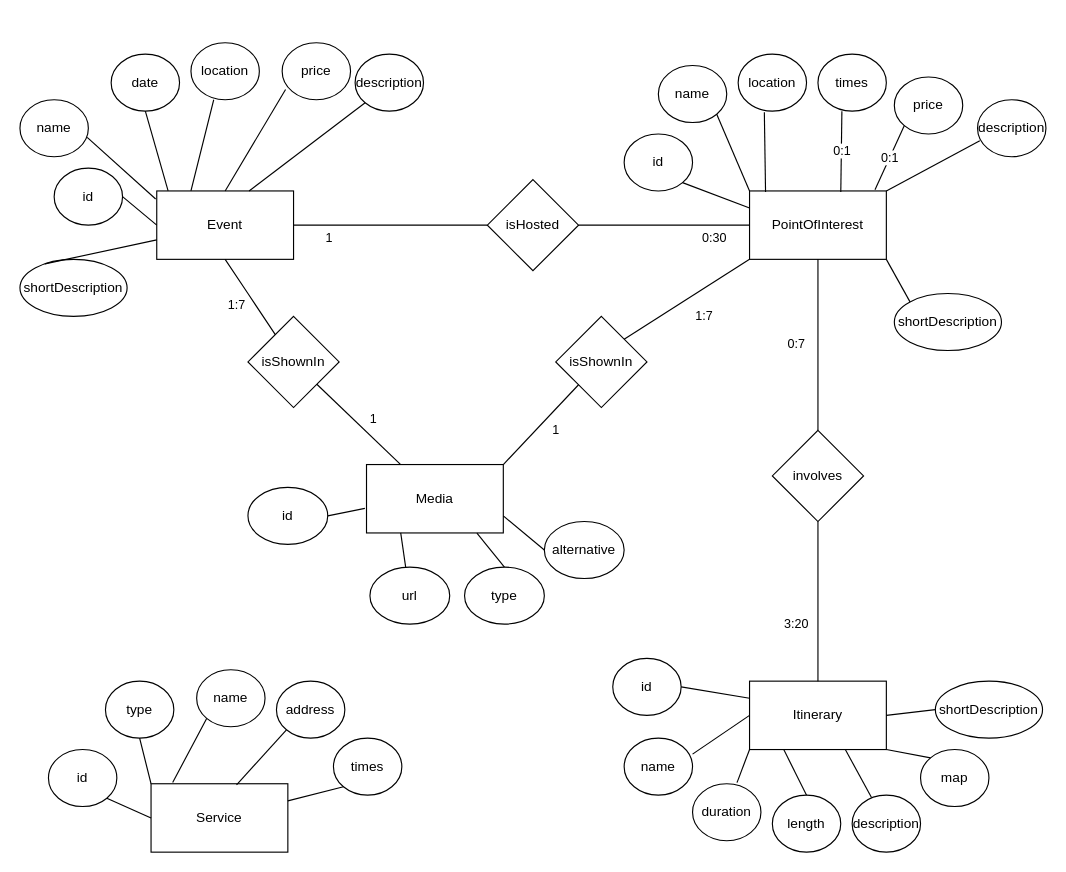
Before: Design-part/drawio/ERHYPDesign.drawio in SebastianCastellano/Hypermedia-Project, a draw.io diagram. Source tidied: cells renumbered, new cells numbered last; positions are measured from the earlier drawing's top-left corner, leaving out a move shared by most shapes. Both pictures are drawn from the tidied source at 114%, with x=0, y=0 at pixel (19, 42).
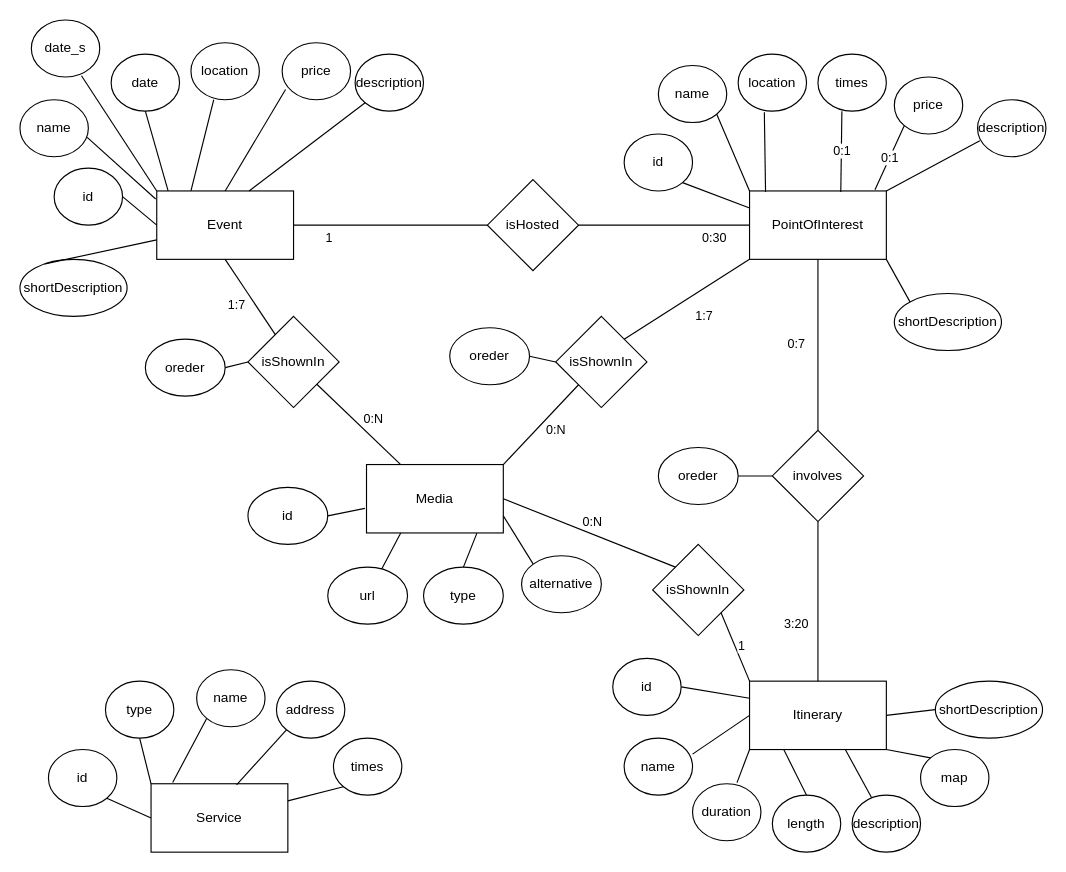
Above is the later version.

The change refers to these unchanged cells:
```xml
<mxCell id="2" value="Event" style="rounded=0;whiteSpace=wrap;html=1;" parent="1" vertex="1">
  <mxGeometry x="120" y="130" width="120" height="60" as="geometry" />
</mxCell>
<mxCell id="4" value="Itinerary" style="rounded=0;whiteSpace=wrap;html=1;" parent="1" vertex="1">
  <mxGeometry x="640" y="560" width="120" height="60" as="geometry" />
</mxCell>
<mxCell id="16" value="involves" style="rhombus;whiteSpace=wrap;html=1;" parent="1" vertex="1">
  <mxGeometry x="660" y="340" width="80" height="80" as="geometry" />
</mxCell>
<mxCell id="68" value="Media" style="rounded=0;whiteSpace=wrap;html=1;" parent="1" vertex="1">
  <mxGeometry x="304" y="370" width="120" height="60" as="geometry" />
</mxCell>
<mxCell id="77" value="isShownIn" style="rhombus;whiteSpace=wrap;html=1;" parent="1" vertex="1">
  <mxGeometry x="200" y="240" width="80" height="80" as="geometry" />
</mxCell>
<mxCell id="78" value="isShownIn" style="rhombus;whiteSpace=wrap;html=1;" parent="1" vertex="1">
  <mxGeometry x="470" y="240" width="80" height="80" as="geometry" />
</mxCell>
```

The edit, as a diff of the source:
```diff
@@
     <mxCell id="70" value="url" style="ellipse;whiteSpace=wrap;html=1;" parent="1" vertex="1">
-      <mxGeometry x="307" y="460" width="70" height="50" as="geometry" />
+      <mxGeometry x="270" y="460" width="70" height="50" as="geometry" />
     </mxCell>
     <mxCell id="71" value="type" style="ellipse;whiteSpace=wrap;html=1;" parent="1" vertex="1">
-      <mxGeometry x="390" y="460" width="70" height="50" as="geometry" />
+      <mxGeometry x="354" y="460" width="70" height="50" as="geometry" />
     </mxCell>
     <mxCell id="72" value="alternative" style="ellipse;whiteSpace=wrap;html=1;" parent="1" vertex="1">
-      <mxGeometry x="460" y="420" width="70" height="50" as="geometry" />
+      <mxGeometry x="440" y="450" width="70" height="50" as="geometry" />
     </mxCell>
-    <mxCell id="73" style="endArrow=none;html=1;rounded=0;exitX=1;exitY=0.75;exitDx=0;exitDy=0;entryX=0;entryY=0.5;entryDx=0;entryDy=0;" parent="1" edge="1" source="68" target="72">
+    <mxCell id="73" style="endArrow=none;html=1;rounded=0;exitX=1;exitY=0.75;exitDx=0;exitDy=0;entryX=0;entryY=0;entryDx=0;entryDy=0;" parent="1" edge="1" source="68" target="72">
       <mxGeometry relative="1" as="geometry" />
     </mxCell>
@@
-    <mxCell id="80" value="1" style="endArrow=none;html=1;rounded=0;entryX=0.25;entryY=0;entryDx=0;entryDy=0;" parent="1" edge="1" source="77" target="68">
+    <mxCell id="80" value="0:N" style="endArrow=none;html=1;rounded=0;entryX=0.25;entryY=0;entryDx=0;entryDy=0;" parent="1" edge="1" source="77" target="68">
       <mxGeometry x="0.12" y="12" relative="1" as="geometry" />
     </mxCell>
-    <mxCell id="81" value="1" style="endArrow=none;html=1;rounded=0;entryX=0;entryY=1;entryDx=0;entryDy=0;exitX=1;exitY=0;exitDx=0;exitDy=0;" parent="1" edge="1" source="68" target="78">
+    <mxCell id="81" value="0:N" style="endArrow=none;html=1;rounded=0;entryX=0;entryY=1;entryDx=0;entryDy=0;exitX=1;exitY=0;exitDx=0;exitDy=0;" parent="1" edge="1" source="68" target="78">
       <mxGeometry x="0.11" y="-13" relative="1" as="geometry" />
     </mxCell>
@@
+    <mxCell id="83" value="date_s" style="ellipse;whiteSpace=wrap;html=1;" parent="1" vertex="1">
+      <mxGeometry x="10" y="-20" width="60" height="50" as="geometry" />
+    </mxCell>
+    <mxCell id="84" style="endArrow=none;html=1;rounded=0;exitX=0;exitY=0;exitDx=0;exitDy=0;entryX=0.733;entryY=0.98;entryDx=0;entryDy=0;entryPerimeter=0;" parent="1" edge="1" source="2" target="83">
+      <mxGeometry relative="1" as="geometry" />
+    </mxCell>
+    <mxCell id="85" value="oreder" style="ellipse;whiteSpace=wrap;html=1;" parent="1" vertex="1">
+      <mxGeometry x="560" y="355" width="70" height="50" as="geometry" />
+    </mxCell>
+    <mxCell id="86" style="endArrow=none;html=1;rounded=0;entryX=1;entryY=0.5;entryDx=0;entryDy=0;exitX=0;exitY=0.5;exitDx=0;exitDy=0;" parent="1" edge="1" source="16" target="85">
+      <mxGeometry relative="1" as="geometry" />
+    </mxCell>
+    <mxCell id="87" value="oreder" style="ellipse;whiteSpace=wrap;html=1;" parent="1" vertex="1">
+      <mxGeometry x="377" y="250" width="70" height="50" as="geometry" />
+    </mxCell>
+    <mxCell id="88" value="oreder" style="ellipse;whiteSpace=wrap;html=1;" parent="1" vertex="1">
+      <mxGeometry x="110" y="260" width="70" height="50" as="geometry" />
+    </mxCell>
+    <mxCell id="89" style="endArrow=none;html=1;rounded=0;entryX=1;entryY=0.5;entryDx=0;entryDy=0;exitX=0;exitY=0.5;exitDx=0;exitDy=0;" parent="1" edge="1" source="78" target="87">
+      <mxGeometry relative="1" as="geometry" />
+    </mxCell>
+    <mxCell id="90" style="endArrow=none;html=1;rounded=0;entryX=1;entryY=0.5;entryDx=0;entryDy=0;exitX=0;exitY=0.5;exitDx=0;exitDy=0;" parent="1" edge="1" source="77" target="88">
+      <mxGeometry relative="1" as="geometry" />
+    </mxCell>
+    <mxCell id="91" value="isShownIn" style="rhombus;whiteSpace=wrap;html=1;" parent="1" vertex="1">
+      <mxGeometry x="555" y="440" width="80" height="80" as="geometry" />
+    </mxCell>
+    <mxCell id="92" style="endArrow=none;html=1;rounded=0;exitX=1;exitY=0.5;exitDx=0;exitDy=0;entryX=0;entryY=0;entryDx=0;entryDy=0;" parent="1" edge="1" source="68" target="91">
+      <mxGeometry relative="1" as="geometry" />
+    </mxCell>
+    <mxCell id="93" value="0:N" style="edgeLabel;html=1;align=center;verticalAlign=middle;" parent="92" vertex="1">
+      <mxGeometry x="0.03" y="-2" relative="1" as="geometry">
+        <mxPoint y="-13" as="offset" />
+      </mxGeometry>
+    </mxCell>
+    <mxCell id="94" style="endArrow=none;html=1;rounded=0;exitX=1;exitY=1;exitDx=0;exitDy=0;entryX=0;entryY=0;entryDx=0;entryDy=0;" parent="1" edge="1" source="91" target="4">
+      <mxGeometry relative="1" as="geometry" />
+    </mxCell>
+    <mxCell id="95" value="1" style="edgeLabel;html=1;align=center;verticalAlign=middle;" parent="94" vertex="1">
+      <mxGeometry x="-0.01" y="2" relative="1" as="geometry">
+        <mxPoint x="3" as="offset" />
+      </mxGeometry>
+    </mxCell>
```
